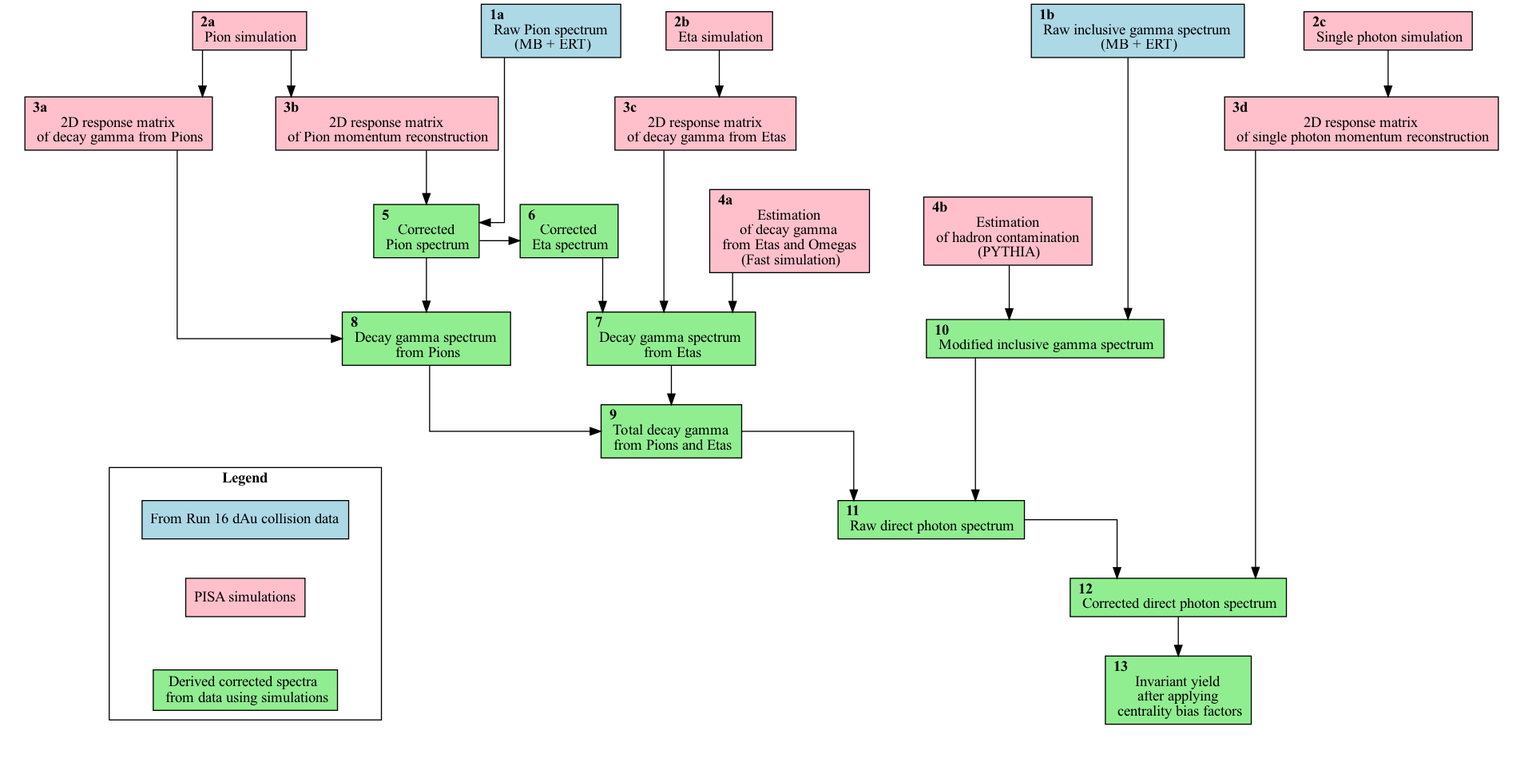
Earlier version of the Graphviz export images/analysis/pi0analysis_general.png (PhenixCollaboration/web). Its source is kept beside it as images/analysis/pi0analysis_general.dot.
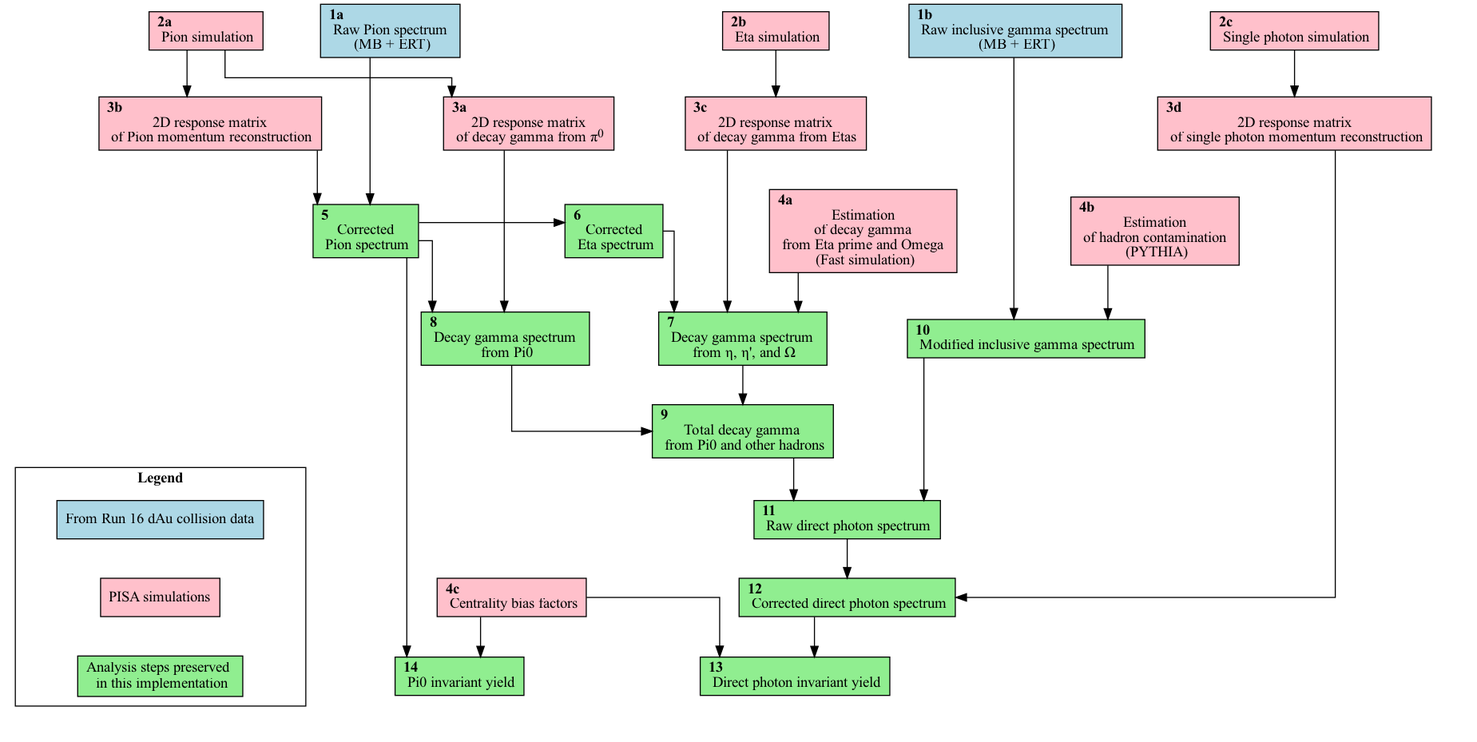
Later version of the same file.

Commit message:
fix: revise flowchart per Gabor's comments

What changed in the source:
```diff
@@ -10,33 +10,38 @@
     block_02b   [label=<<b>2b</b> <br align="left"/> Eta simulation>, fillcolor="pink"]
     block_02c   [label=<<b>2c</b> <br align="left"/> Single photon simulation>, fillcolor="pink"]
 
-    block_03a   [label=<<b>3a</b> <br align="left"/> 2D response matrix <br/> of decay gamma from Pions>, fillcolor="pink"]
+    block_03a   [label=<<b>3a</b> <br align="left"/> 2D response matrix <br/> of decay gamma from &pi;<sup>0</sup>>, fillcolor="pink"]
     block_03b   [label=<<b>3b</b> <br align="left"/> 2D response matrix <br/> of Pion momentum reconstruction>, fillcolor="pink"]
     block_03c   [label=<<b>3c</b> <br align="left"/> 2D response matrix <br/> of decay gamma from Etas>, fillcolor="pink"]
     block_03d   [label=<<b>3d</b> <br align="left"/> 2D response matrix <br/> of single photon momentum reconstruction>, fillcolor="pink"]
 
-    block_04a   [label=<<b>4a</b> <br align="left"/> Estimation <br/> of decay gamma <br/> from Etas and Omegas <br/> (Fast simulation)>, fillcolor="pink"]
+    block_04a   [label=<<b>4a</b> <br align="left"/> Estimation <br/> of decay gamma <br/> from Eta prime and Omega <br/> (Fast simulation)>, fillcolor="pink"]
     block_04b   [label=<<b>4b</b> <br align="left"/> Estimation <br/> of hadron contamination <br/> (PYTHIA)>, fillcolor="pink"]
+    block_04c   [label=<<b>4c</b> <br align="left"/> Centrality bias factors>, fillcolor="pink"]
 
     block_05    [label=<<b>5</b> <br align="left"/> Corrected <br/> Pion spectrum>, fillcolor="lightgreen"]
     block_06    [label=<<b>6</b> <br align="left"/> Corrected <br/> Eta spectrum>, fillcolor="lightgreen"]
-    block_07    [label=<<b>7</b> <br align="left"/> Decay gamma spectrum <br/> from Etas>, fillcolor="lightgreen"]
-    block_08    [label=<<b>8</b> <br align="left"/> Decay gamma spectrum <br/> from Pions>, fillcolor="lightgreen"]
-    block_09    [label=<<b>9</b> <br align="left"/> Total decay gamma <br/> from Pions and Etas>, fillcolor="lightgreen"]
+    block_07    [label=<<b>7</b> <br align="left"/> Decay gamma spectrum <br/> from &eta;, &eta;', and &Omega;>, fillcolor="lightgreen"]
+    block_08    [label=<<b>8</b> <br align="left"/> Decay gamma spectrum <br/> from Pi0>, fillcolor="lightgreen"]
+    block_09    [label=<<b>9</b> <br align="left"/> Total decay gamma <br/> from Pi0 and other hadrons>, fillcolor="lightgreen"]
     block_10    [label=<<b>10</b> <br align="left"/> Modified inclusive gamma spectrum>, fillcolor="lightgreen"]
     block_11    [label=<<b>11</b> <br align="left"/> Raw direct photon spectrum>, fillcolor="lightgreen"]
     block_12    [label=<<b>12</b> <br align="left"/> Corrected direct photon spectrum>, fillcolor="lightgreen"]
 
-    block_13    [label=<<b>13</b> <br align="left"/> Invariant yield <br/> after applying <br/> centrality bias factors>, fillcolor="lightgreen"]
+    block_13    [label=<<b>13</b> <br align="left"/> Direct photon invariant yield>, fillcolor="lightgreen"]
+    block_14    [label=<<b>14</b> <br align="left"/> Pi0 invariant yield>, fillcolor="lightgreen"]
 
     block_01a -> block_05:ne -> block_06 -> block_07:nw
     block_01b -> block_10 -> block_11:ne
     block_02a -> block_03b -> block_05 -> block_08
     block_02a -> block_03a -> block_08 -> block_09 -> block_11 -> block_12 -> block_13
     block_02b -> block_03c -> block_07 -> block_09
-    block_02c -> block_03d -> block_12
+    block_02c -> block_03d -> block_12:ne
     block_04a -> block_07:ne
     block_04b -> block_10
+    block_05 -> block_14
+    block_04c -> block_13
+    block_04c -> block_14
 
 
 
@@ -44,20 +49,21 @@
     { rank=same; block_03a; block_03b; block_03c; block_03d; }
     { rank=same; block_04a; block_04b; }
     { rank=same; block_05; block_06; }
+    { rank=same; block_13; block_14; }
 
     subgraph cluster_legend {
       label=<<b>Legend</b>>
 
       legend1 [label=<From Run 16 dAu collision data> fillcolor="lightblue"]
       legend2 [label=<PISA simulations> fillcolor="pink"]
-      legend3 [label=<Derived corrected spectra <br/> from data using simulations> fillcolor="lightgreen"]
+      legend3 [label=<Analysis steps preserved <br/> in this implementation> fillcolor="lightgreen"]
 
       legend1 -> legend2 -> legend3 [style=invis];
     }
 
-    invis_sink [width=10 height=0 fixedsize=true style=invis]
+    invis_sink [width=3 height=0 fixedsize=true style=invis]
     { rank=sink; invis_sink }
     legend3 -> invis_sink:w [style=invis]
-    block_13 -> invis_sink:e [style=invis]
+    block_14 -> invis_sink:e [style=invis]
 
 }
```
